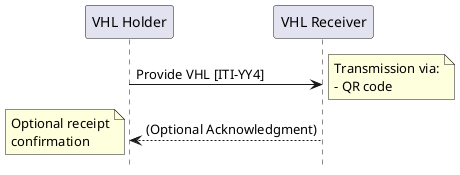
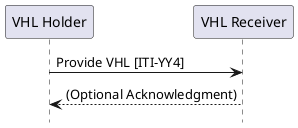
@startuml
skinparam svgDimensionStyle false
hide footbox

participant "VHL Holder" as Holder
participant "VHL Receiver" as Receiver

Holder -> Receiver: Provide VHL [ITI-YY4]
- note right
-   Transmission via:
-   - QR code
- end note
+ Receiver --> Holder: (Optional Acknowledgment)

- Receiver --> Holder: (Optional Acknowledgment)
- note left
-   Optional receipt
-   confirmation
- end note

@enduml
